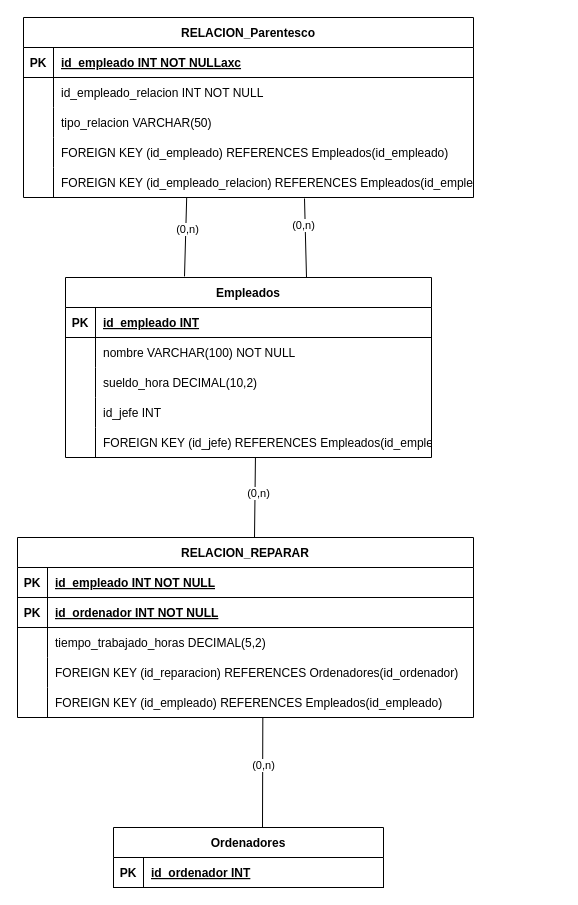
The draw.io diagram IngenieríaDeSoftware/P2-A3/Diagrama E-R Ejercicio 1 P2-A3.drawio in aloantony/TrabajosEnGrupoGII-DalilaTony, before the edit. Source tidied: cells renumbered, new cells numbered last; positions are measured from the earlier drawing's top-left corner, leaving out a move shared by most shapes. Both pictures are drawn from the tidied source at 100%, with x=0, y=0 at pixel (17, 17).
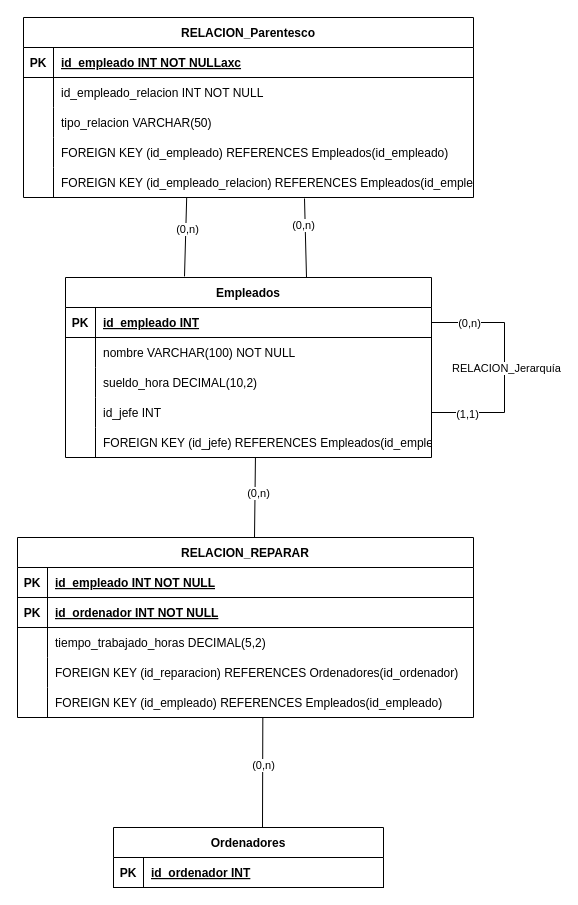
The same diagram, later.

The change refers to these unchanged cells:
```xml
<mxCell id="2" value="Empleados" style="shape=table;startSize=30;childLayout=tableLayout;rowLines=0;fontStyle=1;align=center;" parent="1" vertex="1">
  <mxGeometry x="48" y="260" width="366" height="180" as="geometry" />
</mxCell>
<mxCell id="3" style="shape=tableRow;horizontal=0;startSize=0;swimlaneHead=0;swimlaneBody=0;fillColor=none;points=[[0,0.5],[1,0.5]];portConstraint=eastwest;strokeColor=inherit;top=0;left=0;right=0;bottom=1;" parent="2" vertex="1">
  <mxGeometry y="30" width="366" height="30" as="geometry" />
</mxCell>
<mxCell id="12" style="shape=tableRow;horizontal=0;startSize=0;swimlaneHead=0;swimlaneBody=0;fillColor=none;points=[[0,0.5],[1,0.5]];portConstraint=eastwest;strokeColor=inherit;top=0;left=0;right=0;bottom=0;" parent="2" vertex="1">
  <mxGeometry y="120" width="366" height="30" as="geometry" />
</mxCell>
```

Change to the diagram source:
```diff
@@
-    <mxCell id="14" value="id_jefe INT" style="shape=partialRectangle;overflow=hidden;fillColor=none;align=left;strokeColor=inherit;top=0;left=0;bottom=0;right=0;spacingLeft=6;" parent="12" vertex="1">
+    <mxCell id="14" value="id_jefe INT " style="shape=partialRectangle;overflow=hidden;fillColor=none;align=left;strokeColor=inherit;top=0;left=0;bottom=0;right=0;spacingLeft=6;" parent="12" vertex="1">
       <mxGeometry x="30" width="336" height="30" as="geometry" />
     </mxCell>
@@
+    <mxCell id="62" style="endArrow=none;html=1;rounded=0;exitX=1;exitY=0.5;exitDx=0;exitDy=0;entryX=1;entryY=0.5;entryDx=0;entryDy=0;" parent="2" edge="1" source="12" target="3">
+      <mxGeometry relative="1" as="geometry">
+        <Array as="points">
+          <mxPoint x="439" y="135" />
+          <mxPoint x="439" y="45" />
+        </Array>
+      </mxGeometry>
+    </mxCell>
+    <mxCell id="63" value="RELACION_Jerarquía" style="edgeLabel;html=1;align=center;verticalAlign=middle;" parent="62" vertex="1">
+      <mxGeometry y="-1" relative="1" as="geometry" />
+    </mxCell>
+    <mxCell id="64" value="(1,1)" style="edgeLabel;html=1;align=center;verticalAlign=middle;" parent="62" vertex="1">
+      <mxGeometry x="-0.7" y="-1" relative="1" as="geometry" />
+    </mxCell>
+    <mxCell id="65" value="(0,n)" style="edgeLabel;html=1;align=center;verticalAlign=middle;" parent="62" vertex="1">
+      <mxGeometry x="0.69" relative="1" as="geometry" />
+    </mxCell>
```
